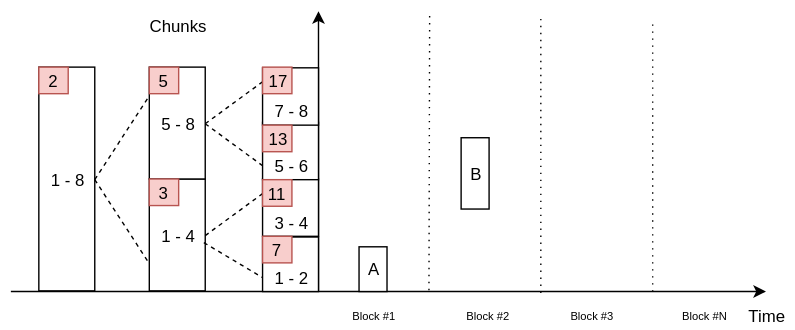
The draw.io diagram chunks-and-tree.svg in artall64/tmp-isao-images, before a commit. Source tidied: cells renumbered, new cells last; positions are measured from the earlier drawing's top-left corner, leaving out a move shared by most shapes.
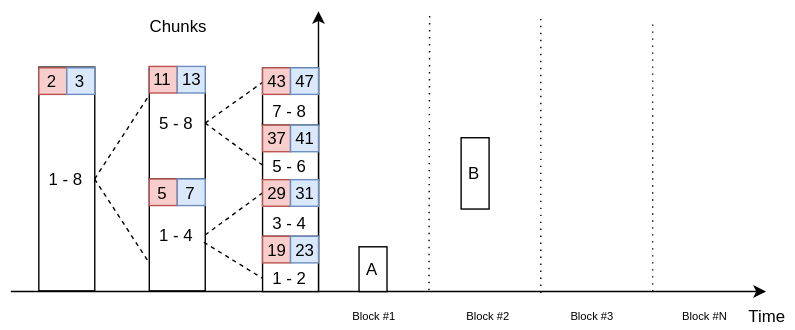
After the commit.

What changed in the source:
```diff
@@ -96,25 +96,46 @@
       <mxGeometry x="180" y="161" width="40" height="39" as="geometry" />
     </mxCell>
     <mxCell id="28" value="2" style="text;html=1;strokeColor=#b85450;fillColor=#f8cecc;align=center;verticalAlign=middle;whiteSpace=wrap;rounded=0;" parent="1" vertex="1">
-      <mxGeometry x="20" y="39.5" width="21" height="19" as="geometry" />
+      <mxGeometry x="20" y="40" width="20" height="19" as="geometry" />
     </mxCell>
-    <mxCell id="29" value="3" style="text;html=1;strokeColor=#b85450;fillColor=#f8cecc;align=center;verticalAlign=middle;whiteSpace=wrap;rounded=0;" parent="1" vertex="1">
-      <mxGeometry x="99" y="119.5" width="21" height="19" as="geometry" />
+    <mxCell id="29" value="3" style="text;html=1;strokeColor=#6c8ebf;fillColor=#dae8fc;align=center;verticalAlign=middle;whiteSpace=wrap;rounded=0;" parent="1" vertex="1">
+      <mxGeometry x="40" y="40" width="20" height="19" as="geometry" />
     </mxCell>
     <mxCell id="30" value="5" style="text;html=1;strokeColor=#b85450;fillColor=#f8cecc;align=center;verticalAlign=middle;whiteSpace=wrap;rounded=0;" parent="1" vertex="1">
-      <mxGeometry x="99" y="39.5" width="21" height="19" as="geometry" />
+      <mxGeometry x="99" y="119.5" width="20" height="19" as="geometry" />
     </mxCell>
-    <mxCell id="31" value="7" style="text;html=1;strokeColor=#b85450;fillColor=#f8cecc;align=center;verticalAlign=middle;whiteSpace=wrap;rounded=0;" parent="1" vertex="1">
-      <mxGeometry x="180" y="160.5" width="21" height="19" as="geometry" />
+    <mxCell id="31" value="7" style="text;html=1;strokeColor=#6c8ebf;fillColor=#dae8fc;align=center;verticalAlign=middle;whiteSpace=wrap;rounded=0;" parent="1" vertex="1">
+      <mxGeometry x="119" y="119.5" width="20" height="19" as="geometry" />
     </mxCell>
     <mxCell id="32" value="11" style="text;html=1;strokeColor=#b85450;fillColor=#f8cecc;align=center;verticalAlign=middle;whiteSpace=wrap;rounded=0;" parent="1" vertex="1">
-      <mxGeometry x="180" y="120" width="21" height="19" as="geometry" />
+      <mxGeometry x="99" y="39" width="20" height="19" as="geometry" />
     </mxCell>
-    <mxCell id="33" value="13" style="text;html=1;strokeColor=#b85450;fillColor=#f8cecc;align=center;verticalAlign=middle;whiteSpace=wrap;rounded=0;" parent="1" vertex="1">
-      <mxGeometry x="180" y="81" width="21" height="19" as="geometry" />
+    <mxCell id="33" value="13" style="text;html=1;strokeColor=#6c8ebf;fillColor=#dae8fc;align=center;verticalAlign=middle;whiteSpace=wrap;rounded=0;" parent="1" vertex="1">
+      <mxGeometry x="119" y="39" width="20" height="19" as="geometry" />
     </mxCell>
-    <mxCell id="34" value="17" style="text;html=1;strokeColor=#b85450;fillColor=#f8cecc;align=center;verticalAlign=middle;whiteSpace=wrap;rounded=0;" parent="1" vertex="1">
-      <mxGeometry x="180" y="39.5" width="21" height="19" as="geometry" />
-    </mxCell>
+    <mxCell id="35" value="19" style="text;html=1;strokeColor=#b85450;fillColor=#f8cecc;align=center;verticalAlign=middle;whiteSpace=wrap;rounded=0;" parent="1" vertex="1">
+      <mxGeometry x="180" y="160.5" width="20" height="19" as="geometry" />
+    </mxCell>
+    <mxCell id="36" value="23" style="text;html=1;strokeColor=#6c8ebf;fillColor=#dae8fc;align=center;verticalAlign=middle;whiteSpace=wrap;rounded=0;" parent="1" vertex="1">
+      <mxGeometry x="200" y="160.5" width="20" height="19" as="geometry" />
+    </mxCell>
+    <mxCell id="37" value="29" style="text;html=1;strokeColor=#b85450;fillColor=#f8cecc;align=center;verticalAlign=middle;whiteSpace=wrap;rounded=0;" parent="1" vertex="1">
+      <mxGeometry x="180" y="120" width="20" height="19" as="geometry" />
+    </mxCell>
+    <mxCell id="38" value="31" style="text;html=1;strokeColor=#6c8ebf;fillColor=#dae8fc;align=center;verticalAlign=middle;whiteSpace=wrap;rounded=0;" parent="1" vertex="1">
+      <mxGeometry x="200" y="120" width="20" height="19" as="geometry" />
+    </mxCell>
+    <mxCell id="39" value="37" style="text;html=1;strokeColor=#b85450;fillColor=#f8cecc;align=center;verticalAlign=middle;whiteSpace=wrap;rounded=0;" parent="1" vertex="1">
+      <mxGeometry x="180" y="81" width="20" height="19" as="geometry" />
+    </mxCell>
+    <mxCell id="40" value="41" style="text;html=1;strokeColor=#6c8ebf;fillColor=#dae8fc;align=center;verticalAlign=middle;whiteSpace=wrap;rounded=0;" parent="1" vertex="1">
+      <mxGeometry x="200" y="81" width="20" height="19" as="geometry" />
+    </mxCell>
+    <mxCell id="41" value="43" style="text;html=1;strokeColor=#b85450;fillColor=#f8cecc;align=center;verticalAlign=middle;whiteSpace=wrap;rounded=0;" parent="1" vertex="1">
+      <mxGeometry x="180" y="40" width="20" height="19" as="geometry" />
+    </mxCell>
+    <mxCell id="42" value="47" style="text;html=1;strokeColor=#6c8ebf;fillColor=#dae8fc;align=center;verticalAlign=middle;whiteSpace=wrap;rounded=0;" parent="1" vertex="1">
+      <mxGeometry x="200" y="40" width="20" height="19" as="geometry" />
+    </mxCell>
   </root>
 </mxGraphModel>
```
